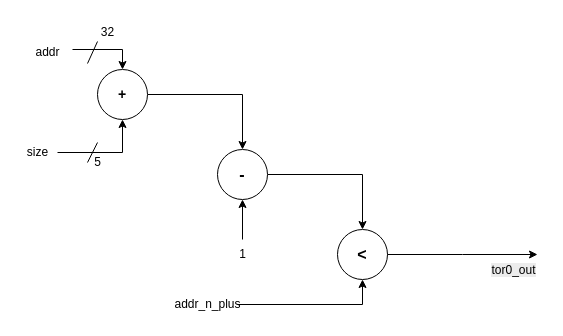
Earlier version of the draw.io diagram page "TOR_0" (2 of 3) of CEP/TOR.drawio (MuhammadBoota09299/Computer_Architecture_Lab). Source tidied: cells renumbered, new cells numbered last; positions are measured from the earlier drawing's top-left corner, leaving out a move shared by most shapes. Both pictures are drawn from the tidied source at 100%, with x=0, y=0 at pixel (17, 17).
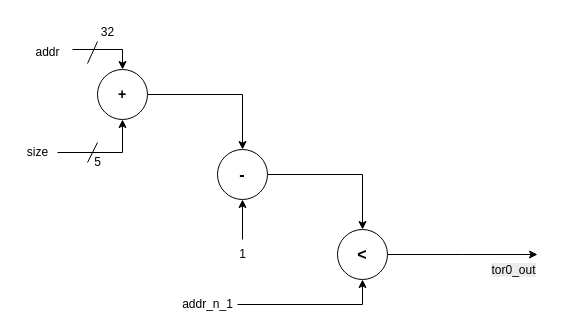
The same page after the edit.

What changed in the source:
```diff
@@
-    <mxCell id="13" value="addr_n_plus" style="text;html=1;align=center;verticalAlign=middle;points=[];strokeColor=none;fillColor=none;" parent="1" vertex="1">
+    <mxCell id="13" value="addr_n_1" style="text;html=1;align=center;verticalAlign=middle;points=[];strokeColor=none;fillColor=none;" parent="1" vertex="1">
       <mxGeometry x="160" y="272" width="60" height="30" as="geometry" />
     </mxCell>
```
